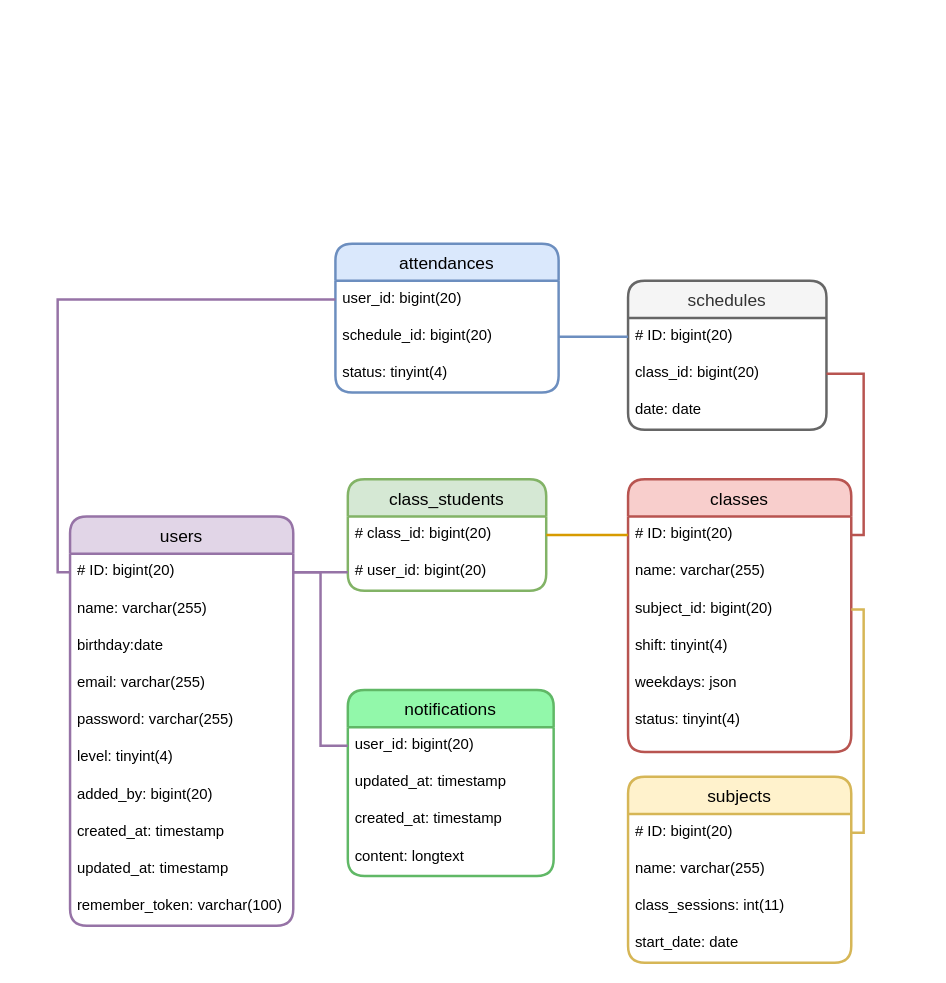
Prox404/doAn2J2schoolTeam21 keeps this draw.io diagram as Document/Databases.drawio. Above is the earlier version. Source tidied: cells renumbered, new cells numbered last; positions are measured from the earlier drawing's top-left corner, leaving out a move shared by most shapes. Both pictures are drawn from the tidied source at 124%, with x=0, y=0 at pixel (69, 243).
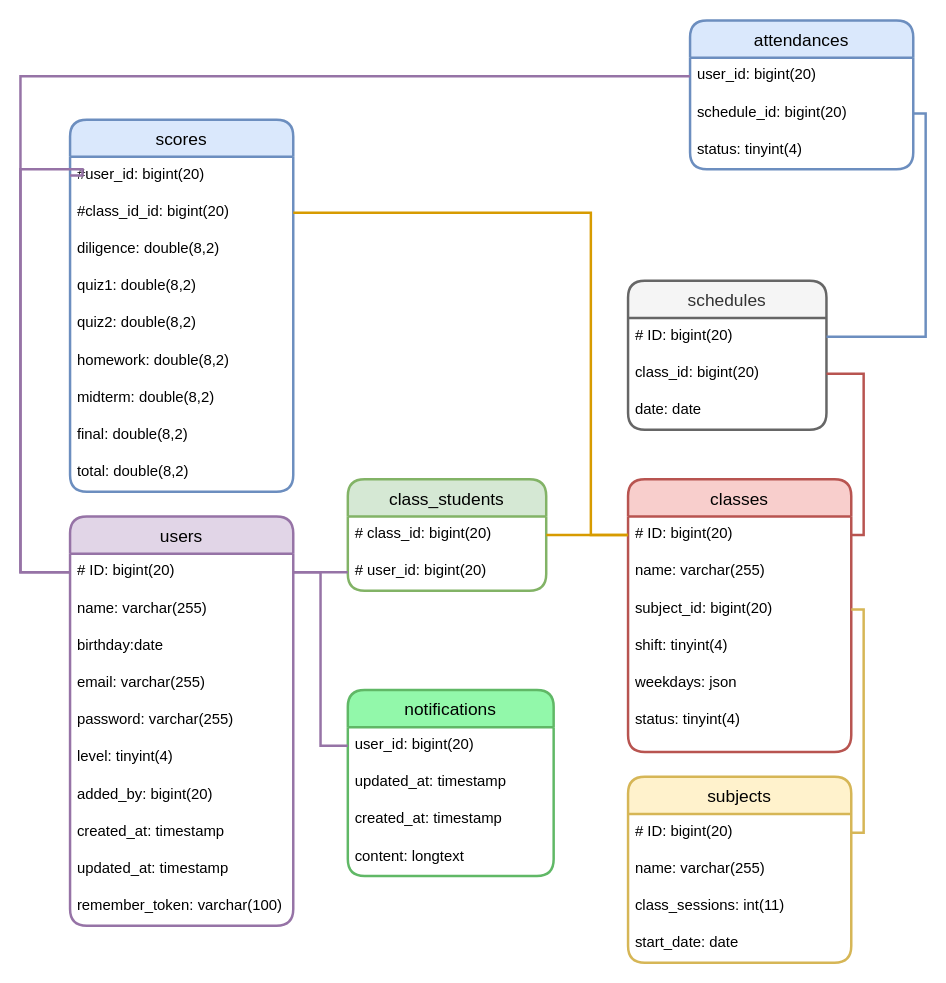
After the change.

Unchanged cells that the change refers to:
```xml
<mxCell id="3" value="# ID: bigint(20)" style="text;strokeColor=none;fillColor=none;spacingLeft=4;spacingRight=4;overflow=hidden;points=[[0,0.5],[1,0.5]];portConstraint=eastwest;fontSize=12;" parent="2" vertex="1">
  <mxGeometry y="30" width="180" height="30" as="geometry" />
</mxCell>
<mxCell id="14" value="# ID: bigint(20)" style="text;strokeColor=none;fillColor=none;spacingLeft=4;spacingRight=4;overflow=hidden;points=[[0,0.5],[1,0.5]];portConstraint=eastwest;fontSize=12;" parent="13" vertex="1">
  <mxGeometry y="30" width="160" height="30" as="geometry" />
</mxCell>
<mxCell id="18" value="# ID: bigint(20)" style="text;strokeColor=none;fillColor=none;spacingLeft=4;spacingRight=4;overflow=hidden;points=[[0,0.5],[1,0.5]];portConstraint=eastwest;fontSize=12;" parent="17" vertex="1">
  <mxGeometry y="30" width="180" height="30" as="geometry" />
</mxCell>
<mxCell id="33" value="user_id: bigint(20)" style="text;strokeColor=none;fillColor=none;spacingLeft=4;spacingRight=4;overflow=hidden;points=[[0,0.5],[1,0.5]];portConstraint=eastwest;fontSize=12;" parent="32" vertex="1">
  <mxGeometry y="30" width="180" height="30" as="geometry" />
</mxCell>
<mxCell id="34" value="schedule_id: bigint(20)" style="text;strokeColor=none;fillColor=none;spacingLeft=4;spacingRight=4;overflow=hidden;points=[[0,0.5],[1,0.5]];portConstraint=eastwest;fontSize=12;" parent="32" vertex="1">
  <mxGeometry y="60" width="180" height="30" as="geometry" />
</mxCell>
```

Diff of the diagram source:
```diff
@@
     <mxCell id="32" value="attendances" style="swimlane;horizontal=1;startSize=30;rounded=1;fontSize=14;fontStyle=0;strokeWidth=2;shadow=0;dashed=0;align=center;fillColor=#dae8fc;strokeColor=#6c8ebf;" parent="1" vertex="1">
-      <mxGeometry x="214" width="180" height="120" as="geometry" />
+      <mxGeometry x="500" y="-180" width="180" height="120" as="geometry" />
     </mxCell>
@@
     <mxCell id="44" style="endArrow=none;html=1;rounded=0;strokeWidth=2;entryX=0;entryY=0.5;entryDx=0;entryDy=0;exitX=0;exitY=0.5;exitDx=0;exitDy=0;edgeStyle=orthogonalEdgeStyle;fillColor=#e1d5e7;strokeColor=#9673a6;" parent="1" edge="1" source="3" target="33">
-      <mxGeometry relative="1" as="geometry" />
+      <mxGeometry relative="1" as="geometry">
+        <Array as="points">
+          <mxPoint x="-40" y="265" />
+          <mxPoint x="-40" y="-135" />
+        </Array>
+      </mxGeometry>
     </mxCell>
-    <mxCell id="45" style="endArrow=none;html=1;rounded=0;strokeWidth=2;exitX=1;exitY=0.5;exitDx=0;exitDy=0;entryX=0;entryY=0.5;entryDx=0;entryDy=0;fillColor=#dae8fc;strokeColor=#6c8ebf;" parent="1" edge="1" source="34" target="14">
+    <mxCell id="45" style="endArrow=none;html=1;rounded=0;strokeWidth=2;exitX=1;exitY=0.5;exitDx=0;exitDy=0;entryX=1;entryY=0.5;entryDx=0;entryDy=0;fillColor=#dae8fc;strokeColor=#6c8ebf;edgeStyle=orthogonalEdgeStyle;" parent="1" edge="1" source="34" target="14">
       <mxGeometry relative="1" as="geometry" />
     </mxCell>
@@
+    <mxCell id="48" value="scores" style="swimlane;horizontal=1;startSize=30;rounded=1;fontSize=14;fontStyle=0;strokeWidth=2;shadow=0;dashed=0;align=center;fillColor=#dae8fc;strokeColor=#6c8ebf;" parent="1" vertex="1">
+      <mxGeometry y="-100" width="180" height="300" as="geometry" />
+    </mxCell>
+    <mxCell id="49" value="#user_id: bigint(20)" style="text;strokeColor=none;fillColor=none;spacingLeft=4;spacingRight=4;overflow=hidden;points=[[0,0.5],[1,0.5]];portConstraint=eastwest;fontSize=12;" parent="48" vertex="1">
+      <mxGeometry y="30" width="180" height="30" as="geometry" />
+    </mxCell>
+    <mxCell id="50" value="#class_id_id: bigint(20)" style="text;strokeColor=none;fillColor=none;spacingLeft=4;spacingRight=4;overflow=hidden;points=[[0,0.5],[1,0.5]];portConstraint=eastwest;fontSize=12;" parent="48" vertex="1">
+      <mxGeometry y="60" width="180" height="30" as="geometry" />
+    </mxCell>
+    <mxCell id="51" value="diligence: double(8,2)" style="text;strokeColor=none;fillColor=none;spacingLeft=4;spacingRight=4;overflow=hidden;fontSize=12;" parent="48" vertex="1">
+      <mxGeometry y="90" width="180" height="30" as="geometry" />
+    </mxCell>
+    <mxCell id="52" value="quiz1: double(8,2)" style="text;strokeColor=none;fillColor=none;spacingLeft=4;spacingRight=4;overflow=hidden;fontSize=12;" parent="48" vertex="1">
+      <mxGeometry y="120" width="180" height="30" as="geometry" />
+    </mxCell>
+    <mxCell id="53" value="quiz2: double(8,2)" style="text;strokeColor=none;fillColor=none;spacingLeft=4;spacingRight=4;overflow=hidden;fontSize=12;" parent="48" vertex="1">
+      <mxGeometry y="150" width="180" height="30" as="geometry" />
+    </mxCell>
+    <mxCell id="54" value="homework: double(8,2)" style="text;strokeColor=none;fillColor=none;spacingLeft=4;spacingRight=4;overflow=hidden;fontSize=12;" parent="48" vertex="1">
+      <mxGeometry y="180" width="180" height="30" as="geometry" />
+    </mxCell>
+    <mxCell id="55" value="midterm: double(8,2)" style="text;strokeColor=none;fillColor=none;spacingLeft=4;spacingRight=4;overflow=hidden;fontSize=12;" parent="48" vertex="1">
+      <mxGeometry y="210" width="180" height="30" as="geometry" />
+    </mxCell>
+    <mxCell id="56" value="final: double(8,2)" style="text;strokeColor=none;fillColor=none;spacingLeft=4;spacingRight=4;overflow=hidden;fontSize=12;" parent="48" vertex="1">
+      <mxGeometry y="240" width="180" height="30" as="geometry" />
+    </mxCell>
+    <mxCell id="57" value="total: double(8,2)" style="text;strokeColor=none;fillColor=none;spacingLeft=4;spacingRight=4;overflow=hidden;fontSize=12;" parent="48" vertex="1">
+      <mxGeometry y="270" width="180" height="30" as="geometry" />
+    </mxCell>
+    <mxCell id="58" style="endArrow=none;html=1;rounded=0;strokeWidth=2;entryX=0;entryY=0.5;entryDx=0;entryDy=0;exitX=0;exitY=0.5;exitDx=0;exitDy=0;edgeStyle=orthogonalEdgeStyle;fillColor=#e1d5e7;strokeColor=#9673a6;" parent="1" edge="1" source="3" target="49">
+      <mxGeometry relative="1" as="geometry">
+        <Array as="points">
+          <mxPoint x="-40" y="265" />
+          <mxPoint x="-40" y="-60" />
+          <mxPoint x="10" y="-60" />
+        </Array>
+      </mxGeometry>
+    </mxCell>
+    <mxCell id="59" style="endArrow=none;html=1;rounded=0;strokeWidth=2;exitX=1;exitY=0.5;exitDx=0;exitDy=0;fillColor=#ffe6cc;strokeColor=#d79b00;entryX=0;entryY=0.5;entryDx=0;entryDy=0;edgeStyle=orthogonalEdgeStyle;" parent="1" edge="1" source="50" target="18">
+      <mxGeometry relative="1" as="geometry">
+        <Array as="points">
+          <mxPoint x="420" y="-25" />
+          <mxPoint x="420" y="235" />
+        </Array>
+      </mxGeometry>
+    </mxCell>
```
